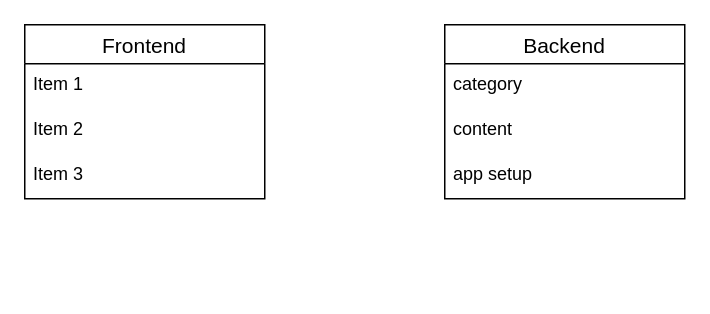
Above: page "Page-1" (1 of 2) of app-desing.drawio in luonverak/LaravelSunday1-5SecondProject (draw.io), before the change. Source tidied: cells renumbered, new cells numbered last; positions are measured from the earlier drawing's top-left corner, leaving out a move shared by most shapes. Both pictures are drawn from the tidied source at 150%, with x=0, y=0 at pixel (24, 24).
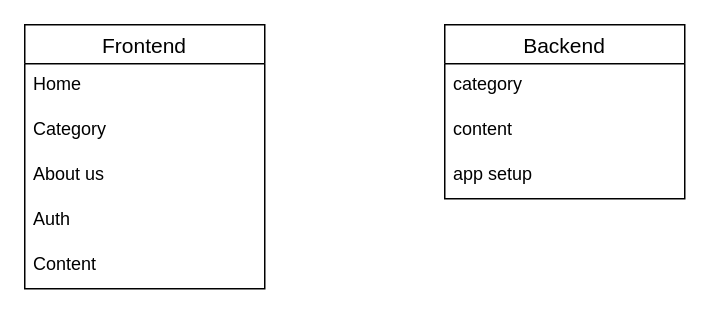
The same diagram, later.

Diff of the diagram source:
```diff
@@
 <mxGraphModel>
   <root>
     <mxCell id="0" />
     <mxCell id="1" parent="0" />
     <mxCell id="2" value="Frontend" style="swimlane;fontStyle=0;horizontal=1;startSize=26;align=center;fontSize=14;" parent="1" vertex="1">
-      <mxGeometry width="160" height="116" as="geometry" />
+      <mxGeometry width="160" height="176" as="geometry" />
     </mxCell>
-    <mxCell id="3" value="Item 1" style="text;strokeColor=none;fillColor=none;spacingLeft=4;spacingRight=4;overflow=hidden;fontSize=12;" parent="2" vertex="1">
+    <mxCell id="3" value="Home" style="text;strokeColor=none;fillColor=none;spacingLeft=4;spacingRight=4;overflow=hidden;fontSize=12;" parent="2" vertex="1">
       <mxGeometry y="26" width="160" height="30" as="geometry" />
     </mxCell>
-    <mxCell id="4" value="Item 2" style="text;strokeColor=none;fillColor=none;spacingLeft=4;spacingRight=4;overflow=hidden;fontSize=12;" parent="2" vertex="1">
+    <mxCell id="4" value="Category" style="text;strokeColor=none;fillColor=none;spacingLeft=4;spacingRight=4;overflow=hidden;fontSize=12;" parent="2" vertex="1">
       <mxGeometry y="56" width="160" height="30" as="geometry" />
     </mxCell>
-    <mxCell id="5" value="Item 3" style="text;strokeColor=none;fillColor=none;spacingLeft=4;spacingRight=4;overflow=hidden;fontSize=12;" parent="2" vertex="1">
+    <mxCell id="5" value="About us" style="text;strokeColor=none;fillColor=none;spacingLeft=4;spacingRight=4;overflow=hidden;fontSize=12;" parent="2" vertex="1">
       <mxGeometry y="86" width="160" height="30" as="geometry" />
     </mxCell>
+    <mxCell id="10" value="Auth" style="text;strokeColor=none;fillColor=none;spacingLeft=4;spacingRight=4;overflow=hidden;fontSize=12;" parent="2" vertex="1">
+      <mxGeometry y="116" width="160" height="30" as="geometry" />
+    </mxCell>
+    <mxCell id="11" value="Content" style="text;strokeColor=none;fillColor=none;spacingLeft=4;spacingRight=4;overflow=hidden;fontSize=12;" parent="2" vertex="1">
+      <mxGeometry y="146" width="160" height="30" as="geometry" />
+    </mxCell>
     <mxCell id="6" value="Backend" style="swimlane;fontStyle=0;horizontal=1;startSize=26;align=center;fontSize=14;" parent="1" vertex="1">
       <mxGeometry x="280" width="160" height="116" as="geometry" />
     </mxCell>
     <mxCell id="7" value="category" style="text;strokeColor=none;fillColor=none;spacingLeft=4;spacingRight=4;overflow=hidden;fontSize=12;" parent="6" vertex="1">
       <mxGeometry y="26" width="160" height="30" as="geometry" />
     </mxCell>
     <mxCell id="8" value="content" style="text;strokeColor=none;fillColor=none;spacingLeft=4;spacingRight=4;overflow=hidden;fontSize=12;" parent="6" vertex="1">
       <mxGeometry y="56" width="160" height="30" as="geometry" />
     </mxCell>
     <mxCell id="9" value="app setup" style="text;strokeColor=none;fillColor=none;spacingLeft=4;spacingRight=4;overflow=hidden;fontSize=12;" parent="6" vertex="1">
       <mxGeometry y="86" width="160" height="30" as="geometry" />
     </mxCell>
   </root>
 </mxGraphModel>
```
